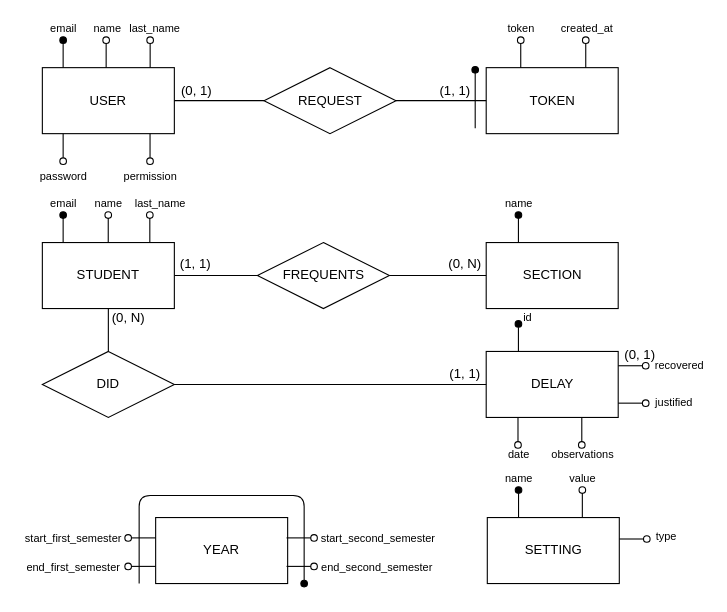
The draw.io diagram 7_Allegati/database/database.drawio in filippofinke/gestione-web-ritardi-allievi-samt, before the edit. Source tidied: cells renumbered, new cells numbered last; positions are measured from the earlier drawing's top-left corner, leaving out a move shared by most shapes. Both pictures are drawn from the tidied source at 110%, with x=0, y=0 at pixel (19, 19).
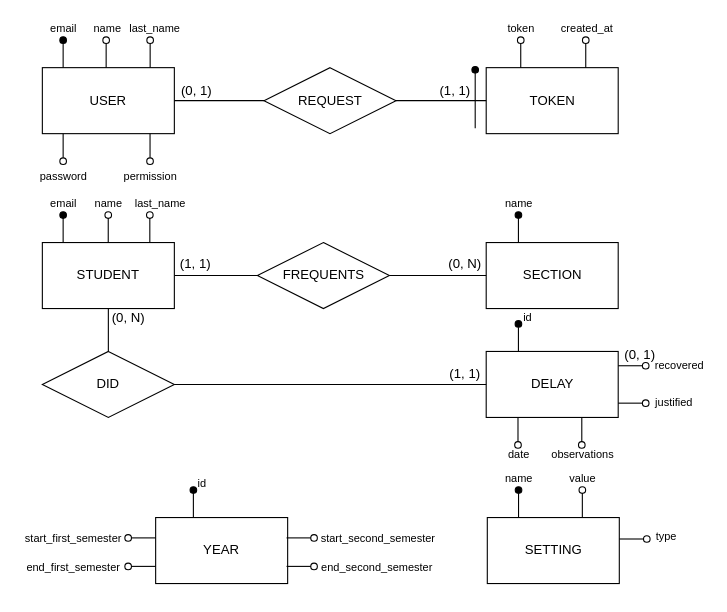
Above is the later version.

What changed in the source:
```diff
@@
-    <mxCell id="63" style="endArrow=none;html=1;endFill=0;startArrow=oval;startFill=1;" parent="1" edge="1">
-      <mxGeometry relative="1" as="geometry">
-        <mxPoint x="259" y="513" as="sourcePoint" />
-        <mxPoint x="109" y="513" as="targetPoint" />
-        <Array as="points">
-          <mxPoint x="259" y="433" />
-          <mxPoint x="109" y="433" />
-        </Array>
-      </mxGeometry>
-    </mxCell>
@@
+    <mxCell id="73" style="endArrow=oval;html=1;endFill=1;" parent="1" edge="1">
+      <mxGeometry relative="1" as="geometry">
+        <mxPoint x="158.3" y="453" as="sourcePoint" />
+        <mxPoint x="158.3" y="428" as="targetPoint" />
+      </mxGeometry>
+    </mxCell>
+    <mxCell id="74" value="id" style="text;html=1;align=center;verticalAlign=middle;fontSize=10;" parent="1" vertex="1">
+      <mxGeometry x="156" y="412" width="20" height="20" as="geometry" />
+    </mxCell>
```
